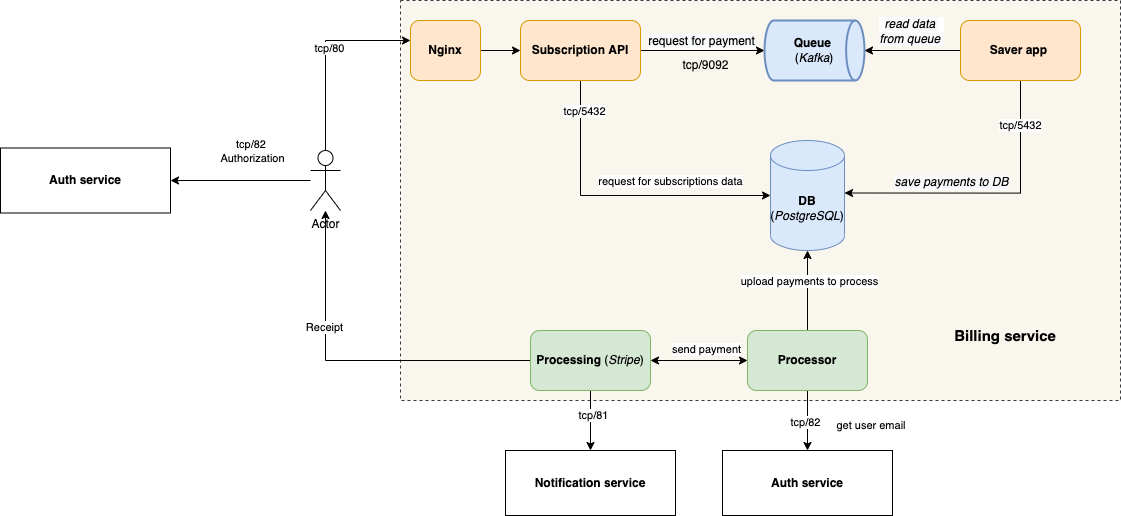
NataliaLaktyushkina/billing_service keeps this draw.io diagram as scheme/billing_scheme.png. Above is the earlier version. Source tidied: cells renumbered, new cells last; positions are measured from the earlier drawing's top-left corner, leaving out a move shared by most shapes.
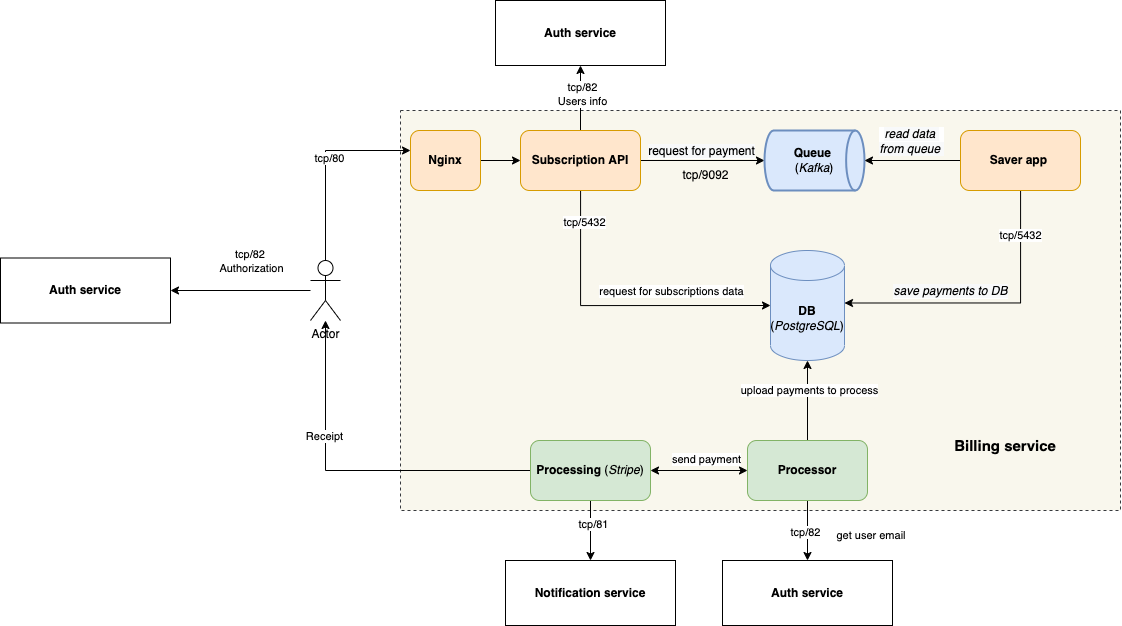
Above is the later version.

The edit, as a diff of the source:
```diff
@@ -28,6 +28,12 @@
     <mxCell id="7" value="tcp/5432" style="edgeLabel;html=1;align=center;verticalAlign=middle;" parent="5" vertex="1">
       <mxGeometry x="-0.8" y="3" relative="1" as="geometry" />
     </mxCell>
+    <mxCell id="42" style="edgeStyle=orthogonalEdgeStyle;rounded=0;jettySize=auto;html=1;fontSize=11;startArrow=none;startFill=0;" parent="1" edge="1" source="8" target="44">
+      <mxGeometry relative="1" as="geometry" />
+    </mxCell>
+    <mxCell id="43" value="tcp/82&lt;br&gt;Users info" style="edgeLabel;html=1;align=center;verticalAlign=middle;fontSize=11;" parent="42" vertex="1">
+      <mxGeometry x="0.14" y="-1" relative="1" as="geometry" />
+    </mxCell>
     <mxCell id="8" value="&lt;b&gt;Subscription API&lt;/b&gt;" style="rounded=1;whiteSpace=wrap;html=1;fillColor=#ffe6cc;strokeColor=#d79b00;" parent="1" vertex="1">
       <mxGeometry x="520" y="20" width="120" height="60" as="geometry" />
     </mxCell>
@@ -154,5 +160,8 @@
     <mxCell id="41" value="&lt;b&gt;Auth service&lt;/b&gt;" style="rounded=0;whiteSpace=wrap;html=1;" parent="1" vertex="1">
       <mxGeometry y="147.5" width="170" height="65" as="geometry" />
     </mxCell>
+    <mxCell id="44" value="&lt;b&gt;Auth service&lt;/b&gt;" style="rounded=0;whiteSpace=wrap;html=1;" parent="1" vertex="1">
+      <mxGeometry x="495" y="-110" width="170" height="65" as="geometry" />
+    </mxCell>
   </root>
 </mxGraphModel>
```
